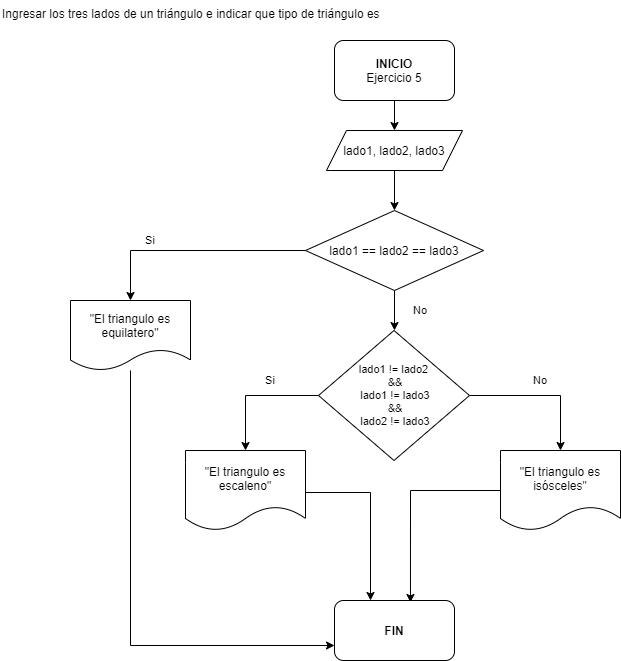
Earlier version of the draw.io export Diagrams/ProgramacionEstructurada_EJ2_5.png (camilaqnz/C-Programming-Language). Source tidied: cells renumbered, new cells last; positions are measured from the earlier drawing's top-left corner, leaving out a move shared by most shapes.
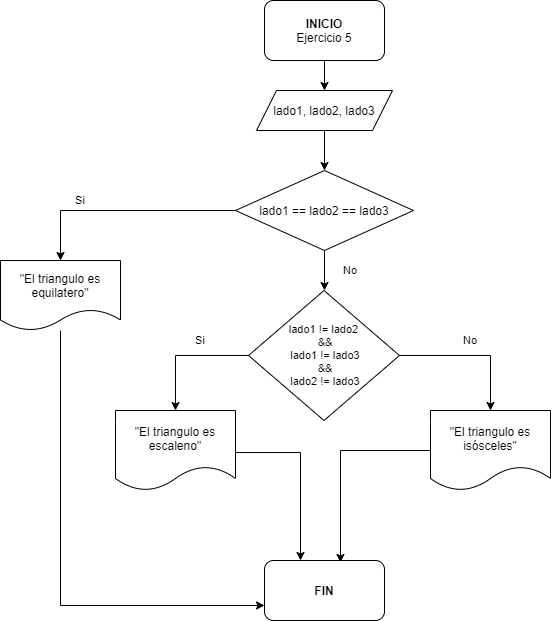
The same file after the commit.

What changed in the source:
```diff
@@ -2,9 +2,6 @@
   <root>
     <mxCell id="0" />
     <mxCell id="1" parent="0" />
-    <mxCell id="2" value="Ingresar los tres lados de un triángulo e indicar que tipo de triángulo es" style="text;whiteSpace=wrap;html=1;" parent="1" vertex="1">
-      <mxGeometry width="400" height="30" as="geometry" />
-    </mxCell>
     <mxCell id="3" style="edgeStyle=orthogonalEdgeStyle;rounded=0;jettySize=auto;html=1;" parent="1" edge="1" source="4" target="6">
       <mxGeometry relative="1" as="geometry" />
     </mxCell>
```
